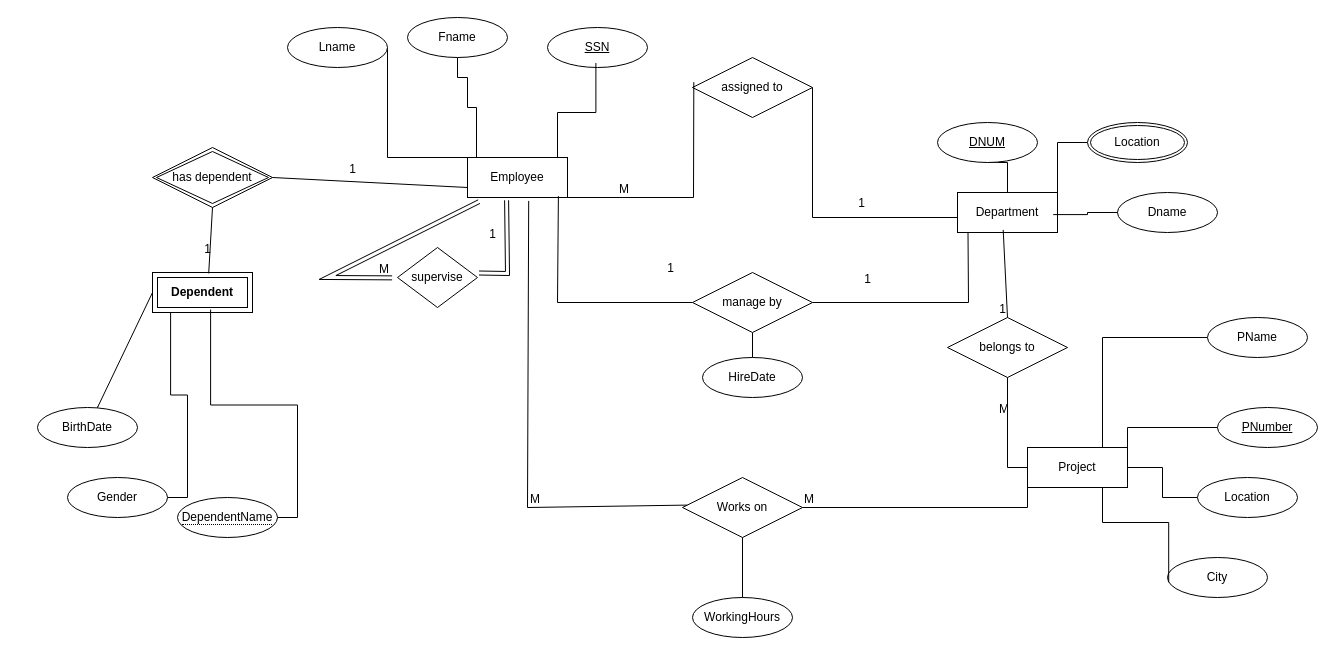
Mohad009/ER_diagram keeps this draw.io diagram as ERD.drawio. Above is the earlier version. Source tidied: cells renumbered, new cells numbered last; positions are measured from the earlier drawing's top-left corner, leaving out a move shared by most shapes. Both pictures are drawn from the tidied source at 100%, with x=0, y=0 at pixel (37, 17).
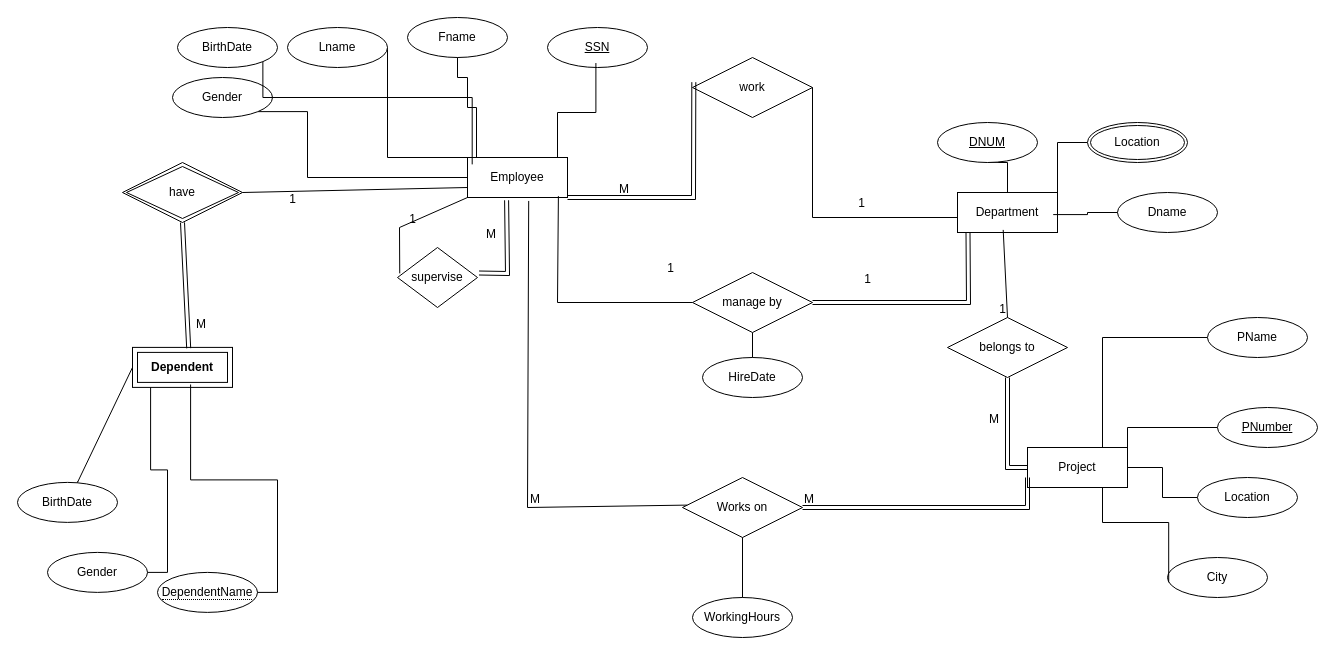
Above is the later version.

Commit message (it also covers changes not shown here):
I updated erd to be like what the teacher gave us

The change refers to these unchanged cells:
```xml
<mxCell id="2" value="Employee" style="whiteSpace=wrap;html=1;align=center;" parent="1" vertex="1">
  <mxGeometry x="430" y="140" width="100" height="40" as="geometry" />
</mxCell>
<mxCell id="11" value="Department" style="whiteSpace=wrap;html=1;align=center;" parent="1" vertex="1">
  <mxGeometry x="920" y="175" width="100" height="40" as="geometry" />
</mxCell>
<mxCell id="19" value="supervise" style="shape=rhombus;perimeter=rhombusPerimeter;whiteSpace=wrap;html=1;align=center;" parent="1" vertex="1">
  <mxGeometry x="360" y="230" width="80" height="60" as="geometry" />
</mxCell>
<mxCell id="25" style="shape=link;html=1;rounded=0;exitX=0.391;exitY=1.069;exitDx=0;exitDy=0;exitPerimeter=0;entryX=1.019;entryY=0.425;entryDx=0;entryDy=0;entryPerimeter=0;" parent="1" edge="1" source="2" target="19">
  <mxGeometry relative="1" as="geometry">
    <Array as="points">
      <mxPoint x="470" y="256" />
    </Array>
  </mxGeometry>
</mxCell>
<mxCell id="32" value="manage by" style="shape=rhombus;perimeter=rhombusPerimeter;whiteSpace=wrap;html=1;align=center;" parent="1" vertex="1">
  <mxGeometry x="655" y="255" width="120" height="60" as="geometry" />
</mxCell>
<mxCell id="40" value="Project" style="whiteSpace=wrap;html=1;align=center;" parent="1" vertex="1">
  <mxGeometry x="990" y="430" width="100" height="40" as="geometry" />
</mxCell>
<mxCell id="48" value="belongs to" style="shape=rhombus;perimeter=rhombusPerimeter;whiteSpace=wrap;html=1;align=center;" parent="1" vertex="1">
  <mxGeometry x="910" y="300" width="120" height="60" as="geometry" />
</mxCell>
<mxCell id="54" value="Works on" style="shape=rhombus;perimeter=rhombusPerimeter;whiteSpace=wrap;html=1;align=center;" parent="1" vertex="1">
  <mxGeometry x="645" y="460" width="120" height="60" as="geometry" />
</mxCell>
<mxCell id="67" style="endArrow=none;html=1;rounded=0;entryX=0;entryY=0.75;entryDx=0;entryDy=0;exitX=1;exitY=0.5;exitDx=0;exitDy=0;" parent="1" edge="1" source="66" target="2">
  <mxGeometry relative="1" as="geometry" />
</mxCell>
```

Change to the diagram source:
```diff
@@
     <mxCell id="8" value="BirthDate" style="ellipse;whiteSpace=wrap;html=1;align=center;" parent="1" vertex="1">
-      <mxGeometry y="390" width="100" height="40" as="geometry" />
+      <mxGeometry x="-20" y="464.9" width="100" height="40" as="geometry" />
     </mxCell>
     <mxCell id="9" value="Gender" style="ellipse;whiteSpace=wrap;html=1;align=center;" parent="1" vertex="1">
-      <mxGeometry x="30" y="460" width="100" height="40" as="geometry" />
+      <mxGeometry x="10" y="534.9" width="100" height="40" as="geometry" />
     </mxCell>
@@
-    <mxCell id="18" value="assigned to" style="shape=rhombus;perimeter=rhombusPerimeter;whiteSpace=wrap;html=1;align=center;" parent="1" vertex="1">
+    <mxCell id="18" value="work" style="shape=rhombus;perimeter=rhombusPerimeter;whiteSpace=wrap;html=1;align=center;" parent="1" vertex="1">
       <mxGeometry x="655" y="40" width="120" height="60" as="geometry" />
     </mxCell>
@@
-    <mxCell id="22" style="endArrow=none;html=1;rounded=0;entryX=0.011;entryY=0.411;entryDx=0;entryDy=0;entryPerimeter=0;exitX=1;exitY=1;exitDx=0;exitDy=0;" parent="1" edge="1" source="2" target="18">
+    <mxCell id="22" style="endArrow=none;html=1;rounded=0;entryX=0.011;entryY=0.411;entryDx=0;entryDy=0;entryPerimeter=0;exitX=1;exitY=1;exitDx=0;exitDy=0;shape=link;" parent="1" edge="1" source="2" target="18">
       <mxGeometry relative="1" as="geometry">
         <Array as="points">
           <mxPoint x="656" y="180" />
         </Array>
       </mxGeometry>
     </mxCell>
@@
-    <mxCell id="26" value="1" style="html=1;whiteSpace=wrap;align=right;verticalAlign=bottom;" parent="25" vertex="1">
+    <mxCell id="26" value="M" style="html=1;whiteSpace=wrap;align=right;verticalAlign=bottom;" parent="25" vertex="1">
       <mxGeometry x="1" relative="1" as="geometry">
         <mxPoint x="19" y="-30" as="offset" />
       </mxGeometry>
     </mxCell>
-    <mxCell id="27" style="shape=link;html=1;rounded=0;exitX=0.116;exitY=1.103;exitDx=0;exitDy=0;exitPerimeter=0;entryX=-0.067;entryY=0.506;entryDx=0;entryDy=0;entryPerimeter=0;" parent="1" edge="1" source="2" target="19">
-      <mxGeometry relative="1" as="geometry">
-        <Array as="points">
-          <mxPoint x="290" y="260" />
-        </Array>
-      </mxGeometry>
-    </mxCell>
-    <mxCell id="28" value="M" style="html=1;whiteSpace=wrap;align=left;verticalAlign=bottom;" parent="27" vertex="1">
-      <mxGeometry x="-1" relative="1" as="geometry">
-        <mxPoint x="-102" y="76" as="offset" />
-      </mxGeometry>
-    </mxCell>
-    <mxCell id="29" style="html=1;whiteSpace=wrap;align=right;verticalAlign=bottom;" parent="27" vertex="1">
-      <mxGeometry x="1" relative="1" as="geometry" />
-    </mxCell>
@@
-    <mxCell id="35" style="endArrow=none;html=1;rounded=0;entryX=0.105;entryY=1.004;entryDx=0;entryDy=0;exitX=1;exitY=0.5;exitDx=0;exitDy=0;entryPerimeter=0;" parent="1" edge="1" source="32" target="11">
+    <mxCell id="35" style="endArrow=none;html=1;rounded=0;entryX=0.105;entryY=1.004;entryDx=0;entryDy=0;exitX=1;exitY=0.5;exitDx=0;exitDy=0;entryPerimeter=0;shape=link;" parent="1" edge="1" source="32" target="11">
       <mxGeometry relative="1" as="geometry">
         <Array as="points">
           <mxPoint x="931" y="285" />
         </Array>
       </mxGeometry>
     </mxCell>
@@
     <mxCell id="46" value="&lt;strong&gt;Dependent&lt;/strong&gt;" style="shape=ext;margin=3;double=1;whiteSpace=wrap;html=1;align=center;" parent="1" vertex="1">
-      <mxGeometry x="115" y="255" width="100" height="40" as="geometry" />
+      <mxGeometry x="95" y="329.9" width="100" height="40" as="geometry" />
     </mxCell>
     <mxCell id="47" value="&lt;span style=&quot;border-bottom: 1px dotted&quot;&gt;DependentName &lt;/span&gt;" style="ellipse;whiteSpace=wrap;html=1;align=center;" parent="1" vertex="1">
-      <mxGeometry x="140" y="480" width="100" height="40" as="geometry" />
+      <mxGeometry x="120" y="554.9" width="100" height="40" as="geometry" />
     </mxCell>
@@
-    <mxCell id="51" style="endArrow=none;html=1;rounded=0;exitX=0.5;exitY=1;exitDx=0;exitDy=0;entryX=0;entryY=0.5;entryDx=0;entryDy=0;" parent="1" edge="1" source="48" target="40">
+    <mxCell id="51" style="endArrow=none;html=1;rounded=0;exitX=0.5;exitY=1;exitDx=0;exitDy=0;entryX=0;entryY=0.5;entryDx=0;entryDy=0;shape=link;" parent="1" edge="1" source="48" target="40">
       <mxGeometry relative="1" as="geometry">
         <Array as="points">
           <mxPoint x="970" y="450" />
         </Array>
       </mxGeometry>
     </mxCell>
     <mxCell id="52" value="M" style="html=1;whiteSpace=wrap;align=left;verticalAlign=bottom;" parent="51" vertex="1">
       <mxGeometry x="-1" relative="1" as="geometry">
-        <mxPoint x="-10" y="40" as="offset" />
+        <mxPoint x="-20" y="50" as="offset" />
       </mxGeometry>
     </mxCell>
@@
-    <mxCell id="60" style="endArrow=none;html=1;rounded=0;exitX=1;exitY=0.5;exitDx=0;exitDy=0;entryX=0;entryY=0.75;entryDx=0;entryDy=0;" parent="1" edge="1" source="54" target="40">
+    <mxCell id="60" style="endArrow=none;html=1;rounded=0;exitX=1;exitY=0.5;exitDx=0;exitDy=0;entryX=0;entryY=0.75;entryDx=0;entryDy=0;shape=link;" parent="1" edge="1" source="54" target="40">
       <mxGeometry relative="1" as="geometry">
         <Array as="points">
           <mxPoint x="990" y="490" />
         </Array>
       </mxGeometry>
     </mxCell>
@@
     <mxCell id="63" style="endArrow=none;html=1;rounded=0;exitX=0.602;exitY=-0.026;exitDx=0;exitDy=0;exitPerimeter=0;entryX=0;entryY=0.5;entryDx=0;entryDy=0;" parent="1" edge="1" source="8" target="46">
       <mxGeometry relative="1" as="geometry">
         <Array as="points">
-          <mxPoint x="60" y="390" />
+          <mxPoint x="40" y="464.9" />
         </Array>
       </mxGeometry>
     </mxCell>
@@
-    <mxCell id="66" value="has dependent" style="shape=rhombus;double=1;perimeter=rhombusPerimeter;whiteSpace=wrap;html=1;align=center;" parent="1" vertex="1">
-      <mxGeometry x="115" y="130" width="120" height="60" as="geometry" />
+    <mxCell id="66" value="have" style="shape=rhombus;double=1;perimeter=rhombusPerimeter;whiteSpace=wrap;html=1;align=center;" parent="1" vertex="1">
+      <mxGeometry x="85" y="145" width="120" height="60" as="geometry" />
     </mxCell>
@@
     <mxCell id="68" value="1" style="html=1;whiteSpace=wrap;align=right;verticalAlign=bottom;" parent="67" vertex="1">
       <mxGeometry x="1" relative="1" as="geometry">
-        <mxPoint x="-110" y="-10" as="offset" />
+        <mxPoint x="-170" y="20" as="offset" />
       </mxGeometry>
     </mxCell>
-    <mxCell id="69" style="endArrow=none;html=1;rounded=0;exitX=0.5;exitY=1;exitDx=0;exitDy=0;entryX=0.562;entryY=0.022;entryDx=0;entryDy=0;entryPerimeter=0;" parent="1" edge="1" source="66" target="46">
+    <mxCell id="69" style="endArrow=none;html=1;rounded=0;exitX=0.5;exitY=1;exitDx=0;exitDy=0;entryX=0.562;entryY=0.022;entryDx=0;entryDy=0;entryPerimeter=0;shape=link;" parent="1" edge="1" source="66" target="46">
       <mxGeometry relative="1" as="geometry" />
     </mxCell>
-    <mxCell id="70" value="1" style="html=1;whiteSpace=wrap;align=right;verticalAlign=bottom;" parent="69" vertex="1">
+    <mxCell id="70" value="M" style="html=1;whiteSpace=wrap;align=right;verticalAlign=bottom;" parent="69" vertex="1">
       <mxGeometry x="1" relative="1" as="geometry">
-        <mxPoint x="4" y="-16" as="offset" />
+        <mxPoint x="19" y="-16" as="offset" />
       </mxGeometry>
     </mxCell>
+    <mxCell id="71" style="endArrow=none;html=1;rounded=0;entryX=0;entryY=1;entryDx=0;entryDy=0;exitX=0.028;exitY=0.431;exitDx=0;exitDy=0;exitPerimeter=0;" parent="1" edge="1" source="19" target="2">
+      <mxGeometry relative="1" as="geometry">
+        <Array as="points">
+          <mxPoint x="362" y="210" />
+        </Array>
+      </mxGeometry>
+    </mxCell>
+    <mxCell id="72" value="1" style="html=1;whiteSpace=wrap;align=right;verticalAlign=bottom;" parent="71" vertex="1">
+      <mxGeometry x="1" relative="1" as="geometry">
+        <mxPoint x="-50" y="30" as="offset" />
+      </mxGeometry>
+    </mxCell>
+    <mxCell id="73" value="BirthDate" style="ellipse;whiteSpace=wrap;html=1;align=center;" parent="1" vertex="1">
+      <mxGeometry x="140" y="10" width="100" height="40" as="geometry" />
+    </mxCell>
+    <mxCell id="74" style="edgeStyle=orthogonalEdgeStyle;rounded=0;jettySize=auto;html=1;exitX=1;exitY=1;exitDx=0;exitDy=0;entryX=0;entryY=0.5;entryDx=0;entryDy=0;endArrow=none;endFill=0;" parent="1" edge="1" source="75" target="2">
+      <mxGeometry relative="1" as="geometry">
+        <Array as="points">
+          <mxPoint x="270" y="94" />
+          <mxPoint x="270" y="160" />
+        </Array>
+      </mxGeometry>
+    </mxCell>
+    <mxCell id="75" value="Gender" style="ellipse;whiteSpace=wrap;html=1;align=center;" parent="1" vertex="1">
+      <mxGeometry x="135" y="60" width="100" height="40" as="geometry" />
+    </mxCell>
+    <mxCell id="76" style="edgeStyle=orthogonalEdgeStyle;rounded=0;jettySize=auto;html=1;exitX=1;exitY=1;exitDx=0;exitDy=0;entryX=0.047;entryY=0.172;entryDx=0;entryDy=0;entryPerimeter=0;endArrow=none;endFill=0;" parent="1" edge="1" source="73" target="2">
+      <mxGeometry relative="1" as="geometry">
+        <Array as="points">
+          <mxPoint x="225" y="80" />
+          <mxPoint x="435" y="80" />
+        </Array>
+      </mxGeometry>
+    </mxCell>
```
